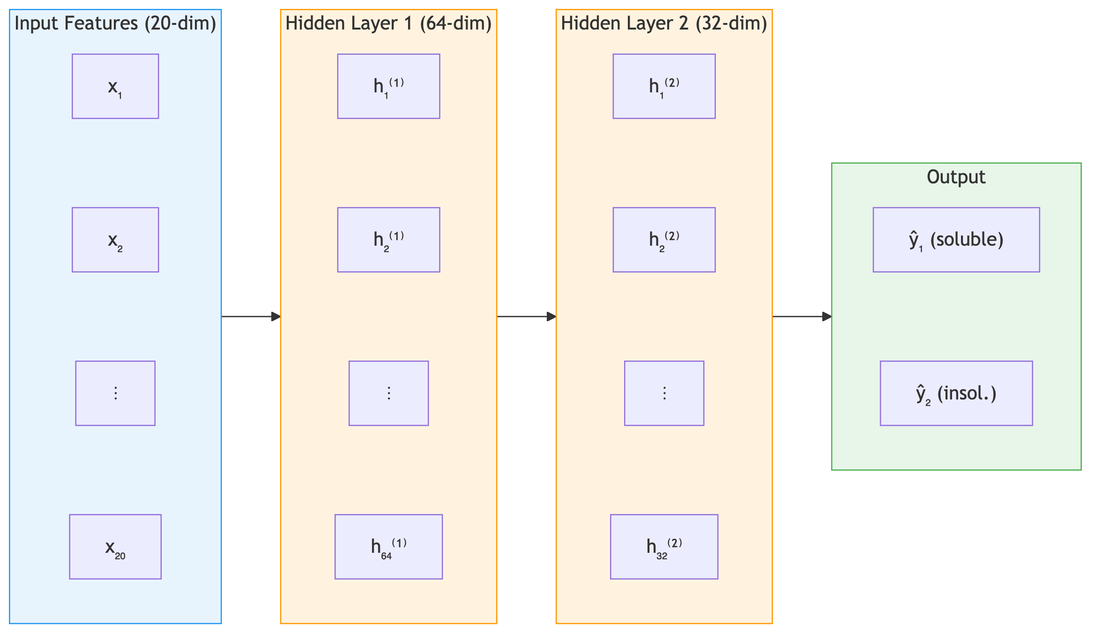
sungsoo-ahn/sungsoo-ahn.github.io keeps this Mermaid diagram as assets/img/teaching/protein-ai/mermaid/s26-02-preliminary-protein-data_diagram_1.png. Above is the earlier version. Its source is kept beside it as assets/img/teaching/protein-ai/mermaid/s26-02-preliminary-protein-data_diagram_1.mmd.
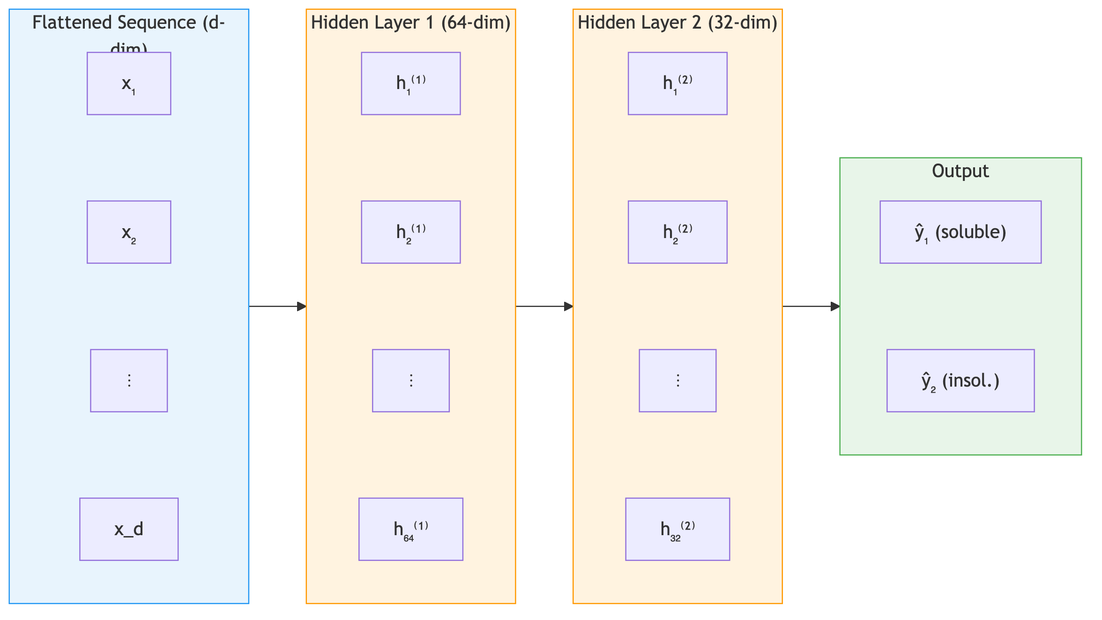
The same diagram one commit later.

Commit message:
docs: Switch P2 to sequence-based features with padding and flattening

What changed in the source:
```diff
@@ -1,7 +1,7 @@
 flowchart LR
-    subgraph Input["Input Features (20-dim)"]
+    subgraph Input["Flattened Sequence (d-dim)"]
         direction TB
-        I1["x₁"] ~~~ I2["x₂"] ~~~ I3["⋮"] ~~~ I4["x₂₀"]
+        I1["x₁"] ~~~ I2["x₂"] ~~~ I3["⋮"] ~~~ I4["x_d"]
     end
 
     subgraph Hidden1["Hidden Layer 1 (64-dim)"]
```
